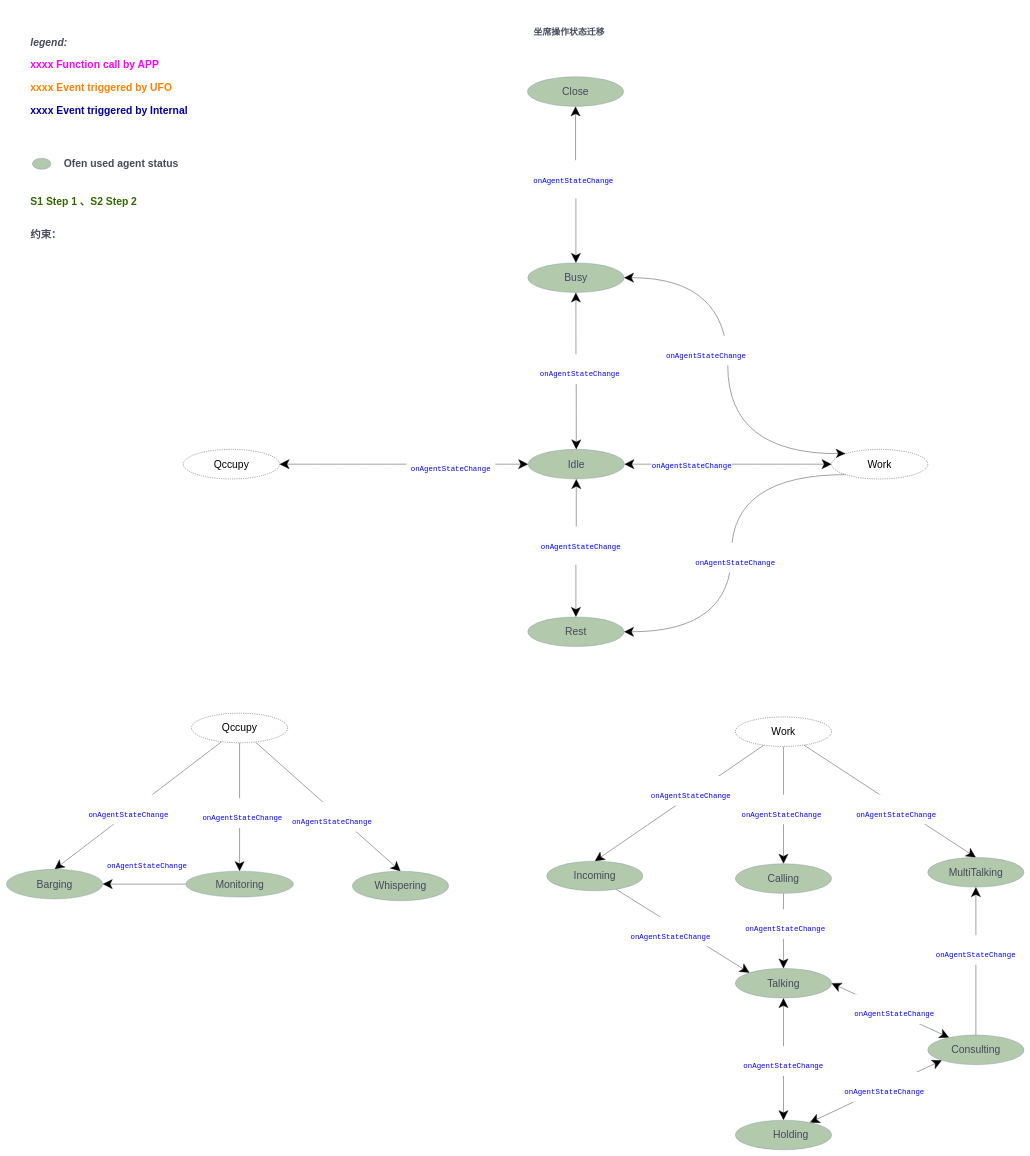
This is RCS APP/RCS 坐席状态迁移图-20220123.drawio from uyuy2043/yy, a draw.io file, before an edit. Source tidied: cells renumbered, new cells numbered last; positions are measured from the earlier drawing's top-left corner, leaving out a move shared by most shapes. Both pictures are drawn from the tidied source at 37%, with x=0, y=0 at pixel (6, 10).
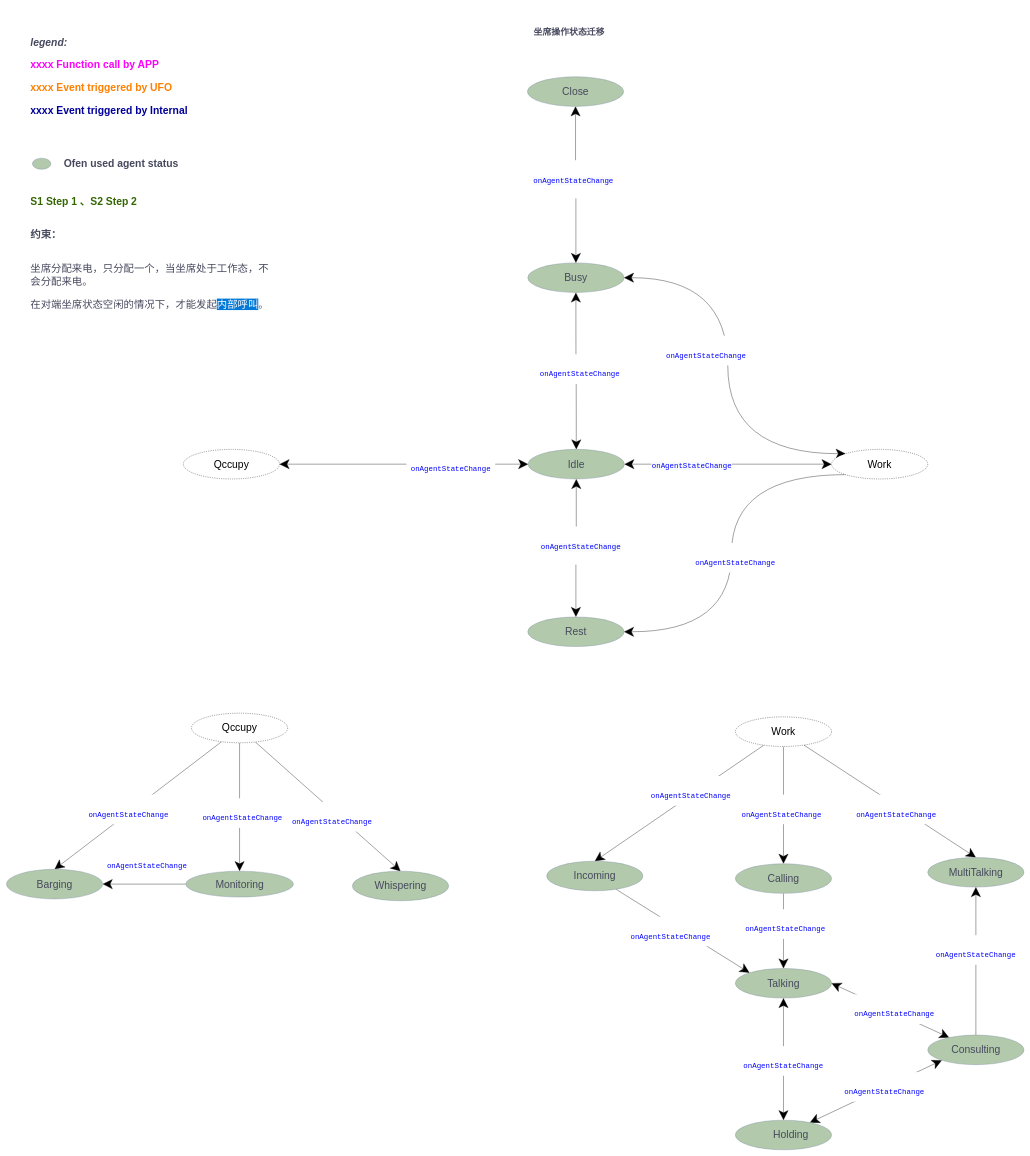
After the change.

Commit message (it also covers changes not shown here):
更新RCS 坐席状态迁移图-20220123.drawio

Change to the diagram source:
```diff
@@
-    <mxCell id="50" value="&lt;h1 style=&quot;font-size: 28px&quot;&gt;约束：&lt;/h1&gt;&lt;div&gt;&lt;br&gt;&lt;/div&gt;&lt;p style=&quot;font-size: 28px&quot;&gt;&lt;br&gt;&lt;/p&gt;" style="text;html=1;strokeColor=none;fillColor=none;spacing=5;spacingTop=-20;whiteSpace=wrap;overflow=hidden;rounded=0;fontColor=#46495D;" parent="1" vertex="1">
+    <mxCell id="50" value="&lt;h1 style=&quot;font-size: 28px&quot;&gt;约束：&lt;/h1&gt;&lt;div&gt;&lt;br&gt;&lt;/div&gt;&lt;p style=&quot;font-size: 28px&quot;&gt;坐席分配来电，只分配一个，当坐席处于工作态，不会分配来电。&lt;/p&gt;&lt;p style=&quot;font-size: 28px&quot;&gt;在对端坐席状态空闲的情况下，才能发起&lt;font color=&quot;#ffffff&quot; style=&quot;background-color: rgb(0 , 120 , 215)&quot;&gt;内部呼叫&lt;/font&gt;。&lt;br&gt;&lt;/p&gt;" style="text;html=1;strokeColor=none;fillColor=none;spacing=5;spacingTop=-20;whiteSpace=wrap;overflow=hidden;rounded=0;fontColor=#46495D;" parent="1" vertex="1">
       <mxGeometry x="60" y="580" width="661" height="560" as="geometry" />
     </mxCell>
```
